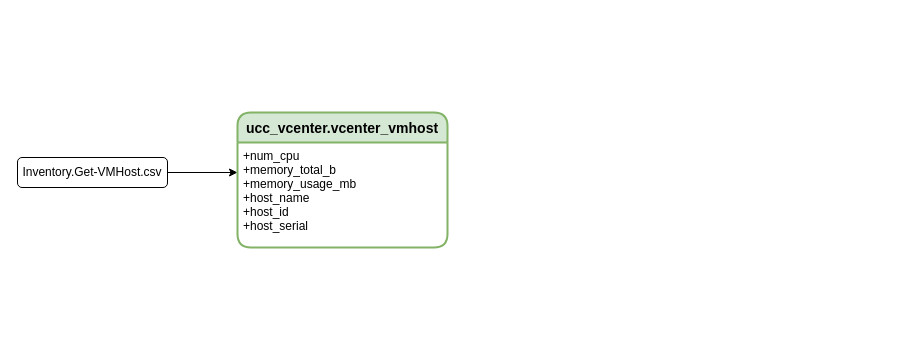
Above: Untitled Diagram.drawio in lynnyao2017/PythonLearning (draw.io), before the change. Source tidied: cells renumbered, new cells numbered last; positions are measured from the earlier drawing's top-left corner, leaving out a move shared by most shapes. Both pictures are drawn from the tidied source at 100%, with x=0, y=0 at pixel (17, 112).
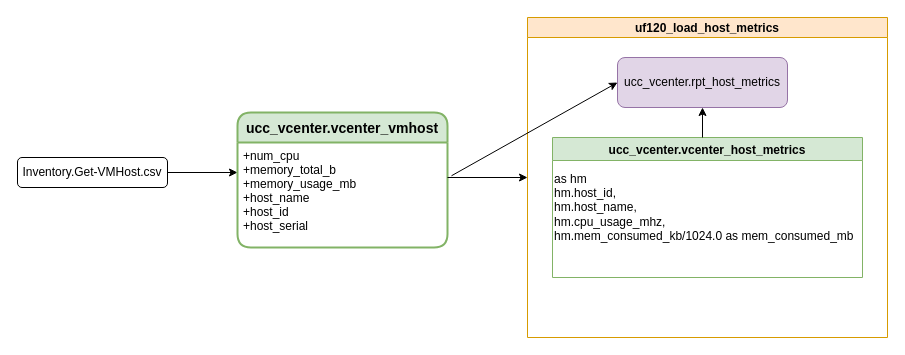
The same page after the edit.

Diff of the diagram source:
```diff
@@
 <mxGraphModel>
   <root>
     <mxCell id="0" />
     <mxCell id="1" parent="0" />
     <mxCell id="2" value="Inventory.Get-VMHost.csv" style="rounded=1;whiteSpace=wrap;html=1;" parent="1" vertex="1">
       <mxGeometry y="45" width="150" height="30" as="geometry" />
     </mxCell>
     <mxCell id="3" style="endArrow=classic;html=1;rounded=0;exitX=1;exitY=0.5;exitDx=0;exitDy=0;" parent="1" edge="1" source="2">
       <mxGeometry relative="1" as="geometry">
         <mxPoint x="220" y="60" as="targetPoint" />
       </mxGeometry>
     </mxCell>
     <mxCell id="4" value="ucc_vcenter.vcenter_vmhost" style="swimlane;horizontal=1;startSize=30;rounded=1;fontSize=14;fontStyle=1;strokeWidth=2;shadow=0;dashed=0;align=center;fillColor=#d5e8d4;strokeColor=#82b366;" parent="1" vertex="1">
       <mxGeometry x="220" width="210" height="135" as="geometry" />
     </mxCell>
     <mxCell id="5" value="+num_cpu&#10;+memory_total_b&#10;+memory_usage_mb&#10;+host_name&#10;+host_id&#10;+host_serial" style="align=left;strokeColor=none;fillColor=none;spacingLeft=4;fontSize=12;verticalAlign=top;" parent="4" vertex="1">
       <mxGeometry y="30" width="210" height="105" as="geometry" />
     </mxCell>
+    <mxCell id="6" style="endArrow=classic;html=1;rounded=0;entryX=0;entryY=0.5;entryDx=0;entryDy=0;" parent="1" edge="1" target="7">
+      <mxGeometry relative="1" as="geometry">
+        <mxPoint x="430" y="65" as="sourcePoint" />
+      </mxGeometry>
+    </mxCell>
+    <mxCell id="7" value="uf120_load_host_metrics" style="swimlane;startSize=20;horizontal=1;containerType=tree;newEdgeStyle={&quot;edgeStyle&quot;:&quot;elbowEdgeStyle&quot;,&quot;startArrow&quot;:&quot;none&quot;,&quot;endArrow&quot;:&quot;none&quot;};fillColor=#ffe6cc;strokeColor=#d79b00;" parent="1" vertex="1">
+      <mxGeometry x="510" y="-95" width="360" height="320" as="geometry" />
+    </mxCell>
+    <mxCell id="8" value="ucc_vcenter.rpt_host_metrics" style="rounded=1;whiteSpace=wrap;html=1;fillColor=#e1d5e7;strokeColor=#9673a6;" parent="7" vertex="1">
+      <mxGeometry x="90" y="40" width="170" height="50" as="geometry" />
+    </mxCell>
+    <mxCell id="9" value="ucc_vcenter.vcenter_host_metrics" style="swimlane;fillColor=#d5e8d4;strokeColor=#82b366;" parent="7" vertex="1">
+      <mxGeometry x="25" y="120" width="310" height="140" as="geometry" />
+    </mxCell>
+    <mxCell id="10" value="&lt;div&gt;as hm&lt;/div&gt;&lt;div&gt;hm.host_id,&lt;/div&gt;&lt;div&gt;&lt;span&gt;  &lt;/span&gt;hm.host_name,&lt;/div&gt;&lt;div&gt;&lt;span&gt;  &lt;/span&gt;hm.cpu_usage_mhz,&lt;/div&gt;&lt;div&gt;&lt;span&gt;  &lt;/span&gt;hm.mem_consumed_kb/1024.0 as mem_consumed_mb&lt;/div&gt;" style="text;html=1;align=left;verticalAlign=middle;strokeColor=none;fillColor=none;" parent="9" vertex="1">
+      <mxGeometry y="30" width="310" height="80" as="geometry" />
+    </mxCell>
+    <mxCell id="11" style="endArrow=classic;html=1;rounded=0;entryX=0.5;entryY=1;entryDx=0;entryDy=0;" parent="7" edge="1" target="8">
+      <mxGeometry relative="1" as="geometry">
+        <mxPoint x="175" y="120" as="sourcePoint" />
+      </mxGeometry>
+    </mxCell>
+    <mxCell id="12" style="endArrow=classic;html=1;rounded=0;exitX=1.019;exitY=0.317;exitDx=0;exitDy=0;exitPerimeter=0;entryX=0;entryY=0.5;entryDx=0;entryDy=0;" parent="1" edge="1" source="5" target="8">
+      <mxGeometry relative="1" as="geometry" />
+    </mxCell>
   </root>
 </mxGraphModel>
```
